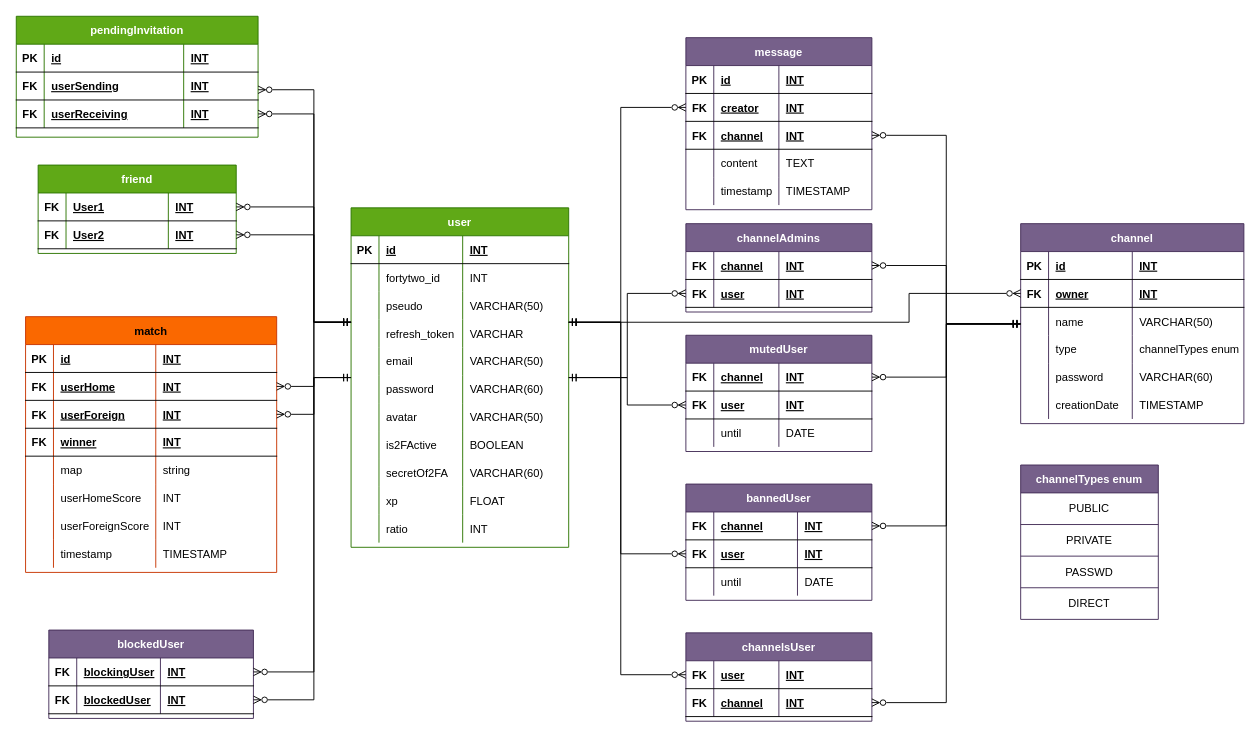
Above: docs/database.drawio in frdescam/transcendence (draw.io), before the change. Source tidied: cells renumbered, new cells numbered last; positions are measured from the earlier drawing's top-left corner, leaving out a move shared by most shapes. Both pictures are drawn from the tidied source at 93%, with x=0, y=0 at pixel (16, 16).
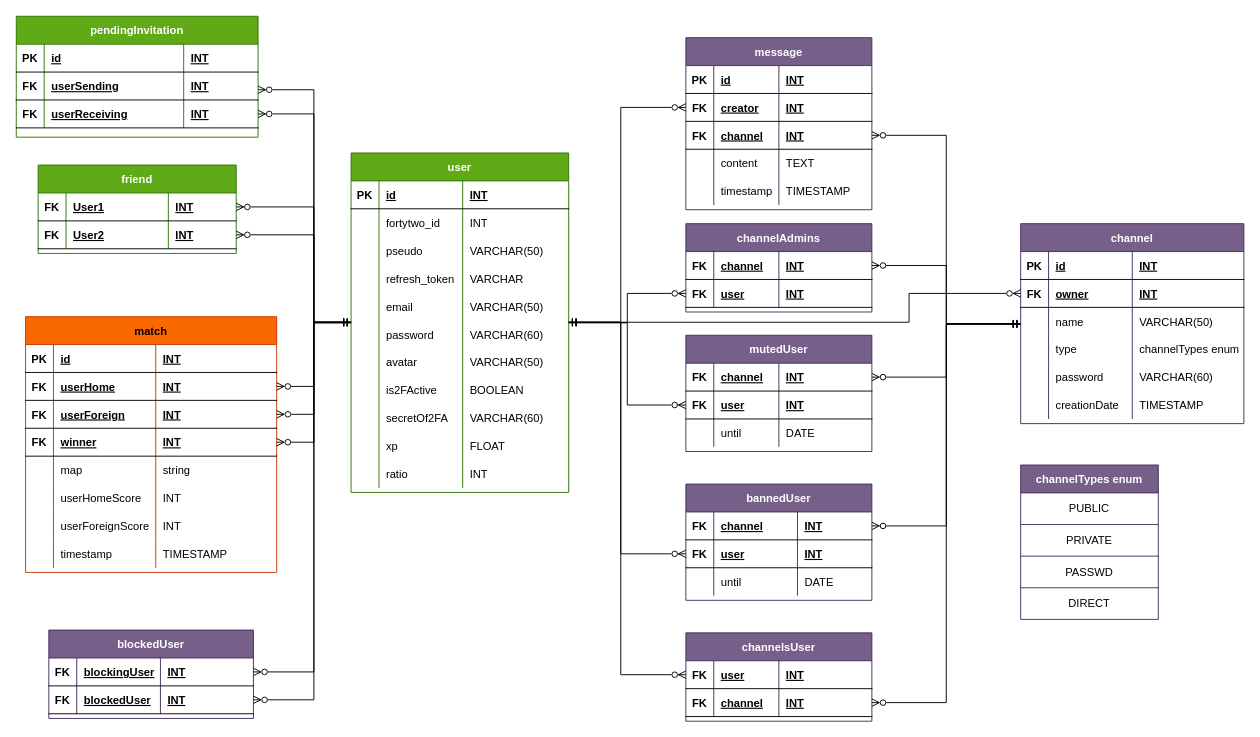
The same diagram, later.

Commit message (it also covers changes not shown here):
fix n update database diagram

Unchanged cells that the change refers to:
```xml
<mxCell id="115" style="shape=partialRectangle;fillColor=none;top=0;left=0;bottom=1;right=0;points=[[0,0.5],[1,0.5]];portConstraint=eastwest;rounded=0;" parent="102" vertex="1">
  <mxGeometry y="120" width="270" height="30" as="geometry" />
</mxCell>
```

Diff of the diagram source:
```diff
@@
     <mxCell id="2" value="user" style="shape=table;startSize=30;childLayout=tableLayout;rowLines=0;fontStyle=1;align=center;fillColor=#60a917;fontColor=#ffffff;strokeColor=#2D7600;rounded=0;" parent="1" vertex="1">
-      <mxGeometry x="360" y="206" width="234" height="365" as="geometry" />
+      <mxGeometry x="360" y="147" width="234" height="365" as="geometry" />
     </mxCell>
@@
+    <mxCell id="229" style="edgeStyle=orthogonalEdgeStyle;rounded=0;jettySize=auto;html=1;startArrow=ERzeroToMany;startFill=0;endArrow=ERmandOne;endFill=0;" parent="1" edge="1" source="115" target="2">
+      <mxGeometry relative="1" as="geometry" />
+    </mxCell>
```
